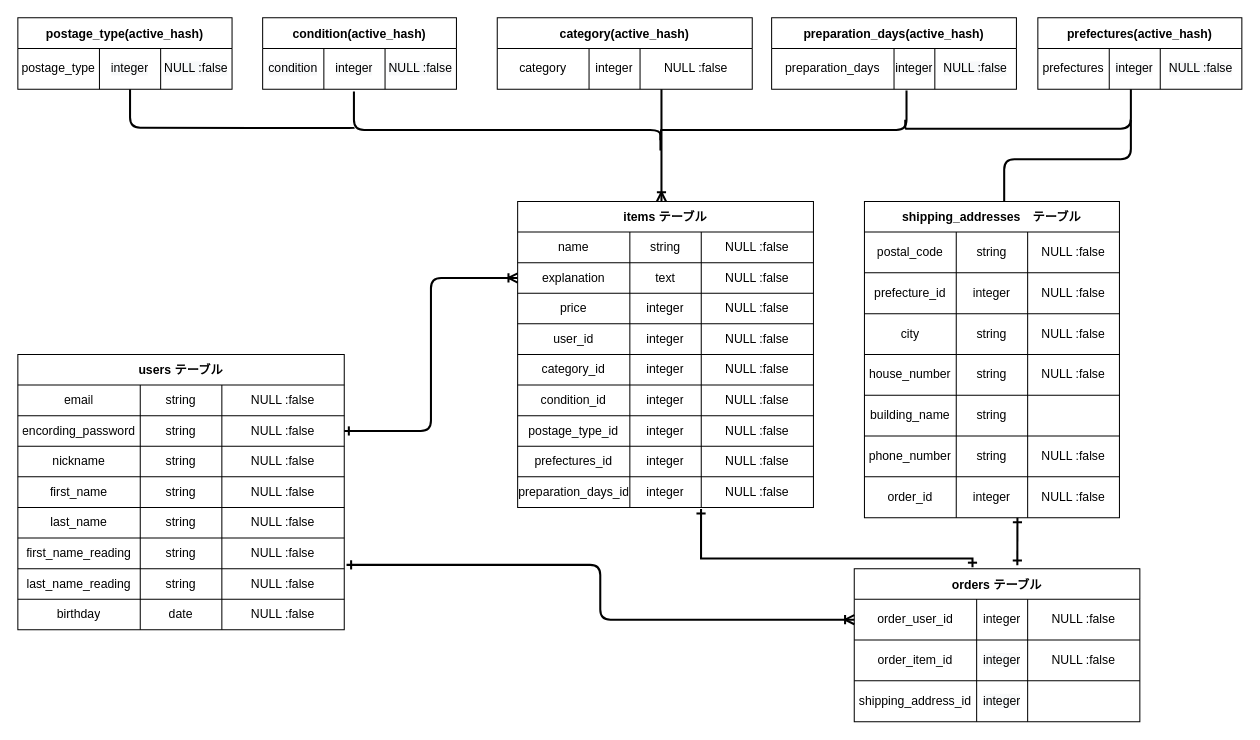
This is furima.dio from kennji0603/furima-38055, a draw.io file, before an edit. Source tidied: cells renumbered, new cells numbered last; positions are measured from the earlier drawing's top-left corner, leaving out a move shared by most shapes. Both pictures are drawn from the tidied source at 102%, with x=0, y=0 at pixel (17, 17).
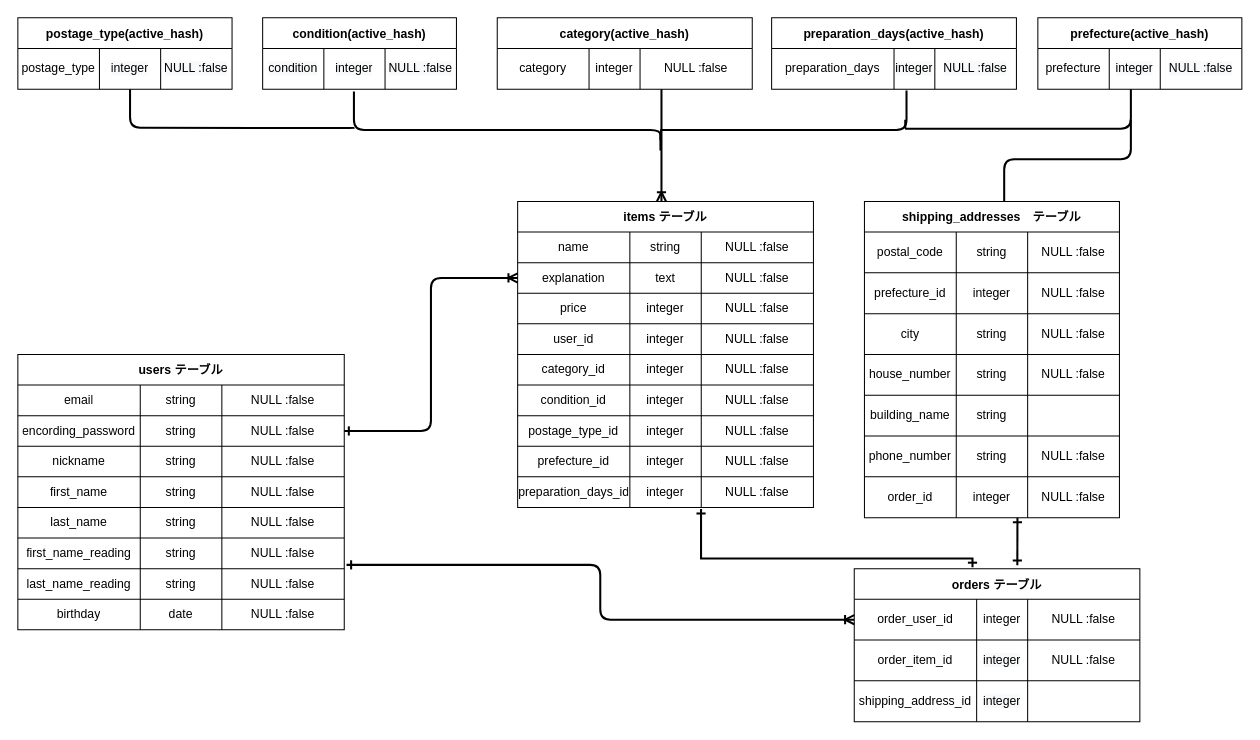
Above is the later version.

Unchanged cells that the change refers to:
```xml
<mxCell id="64" style="shape=partialRectangle;html=1;whiteSpace=wrap;fillColor=none;top=0;left=0;bottom=0;right=0;" parent="35" vertex="1">
  <mxGeometry y="240" width="290" height="30" as="geometry" />
</mxCell>
<mxCell id="134" style="shape=partialRectangle;html=1;whiteSpace=wrap;fillColor=none;top=0;left=0;bottom=0;right=0;fontFamily=Helvetica;fontSize=12;fontColor=default;" parent="133" vertex="1">
  <mxGeometry y="30" width="200" height="40" as="geometry" />
</mxCell>
```

The edit, as a diff of the source:
```diff
@@
-    <mxCell id="65" value="&lt;span style=&quot;font-family: &amp;#34;helvetica&amp;#34;&quot;&gt;prefectures_id&lt;/span&gt;" style="shape=partialRectangle;html=1;whiteSpace=wrap;fillColor=none;top=0;left=0;bottom=0;right=0;overflow=hidden;" parent="64" vertex="1">
+    <mxCell id="65" value="&lt;span style=&quot;font-family: &amp;#34;helvetica&amp;#34;&quot;&gt;prefecture_id&lt;/span&gt;" style="shape=partialRectangle;html=1;whiteSpace=wrap;fillColor=none;top=0;left=0;bottom=0;right=0;overflow=hidden;" parent="64" vertex="1">
       <mxGeometry width="110" height="30" as="geometry" />
     </mxCell>
@@
-    <mxCell id="133" value="prefectures(active_hash)" style="shape=table;startSize=30;childLayout=tableLayout;fontStyle=1;align=center;fontFamily=Helvetica;fontSize=12;fontColor=default;fillColor=none;" parent="1" vertex="1">
+    <mxCell id="133" value="prefecture(active_hash)" style="shape=table;startSize=30;childLayout=tableLayout;fontStyle=1;align=center;fontFamily=Helvetica;fontSize=12;fontColor=default;fillColor=none;" parent="1" vertex="1">
       <mxGeometry x="1000" width="200" height="70" as="geometry" />
     </mxCell>
@@
-    <mxCell id="135" value="&lt;font face=&quot;helvetica&quot;&gt;prefectures&lt;/font&gt;" style="shape=partialRectangle;html=1;whiteSpace=wrap;fillColor=none;top=0;left=0;bottom=0;right=0;overflow=hidden;fontFamily=Helvetica;fontSize=12;fontColor=default;" parent="134" vertex="1">
+    <mxCell id="135" value="&lt;font face=&quot;helvetica&quot;&gt;prefecture&lt;/font&gt;" style="shape=partialRectangle;html=1;whiteSpace=wrap;fillColor=none;top=0;left=0;bottom=0;right=0;overflow=hidden;fontFamily=Helvetica;fontSize=12;fontColor=default;" parent="134" vertex="1">
       <mxGeometry width="70" height="40" as="geometry" />
     </mxCell>
```
